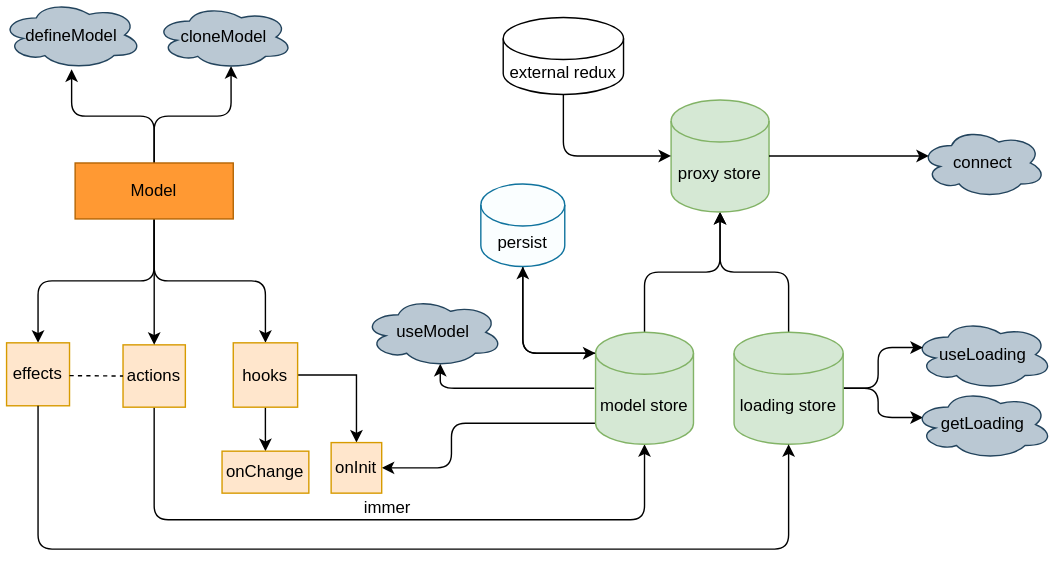
Earlier version of the draw.io export docs/mindMap.svg (foca-js/foca). Source tidied: cells renumbered, new cells last; positions are measured from the earlier drawing's top-left corner, leaving out a move shared by most shapes.
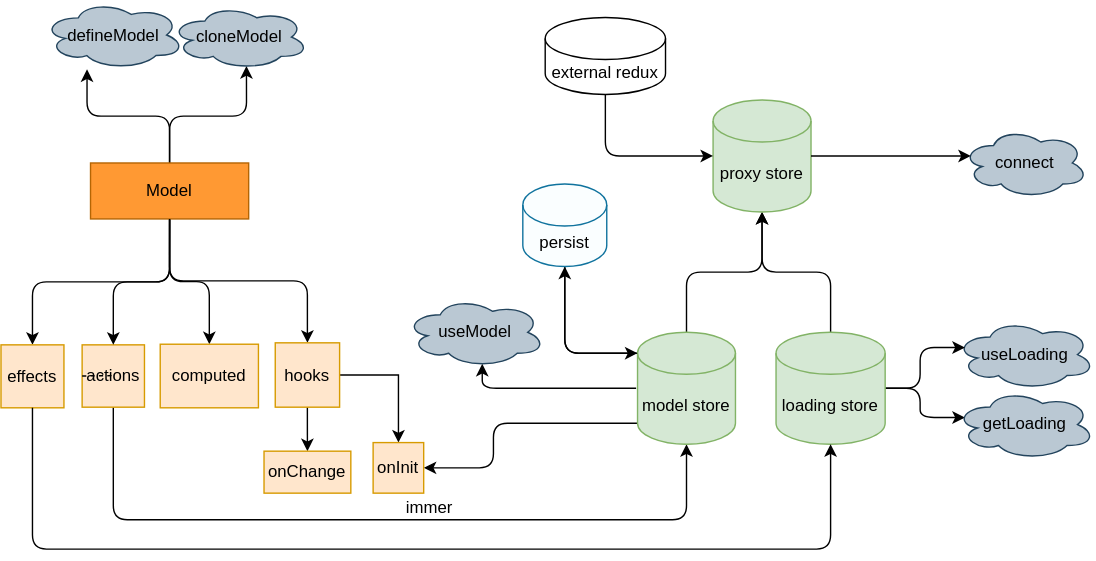
The same file after the commit.

What changed in the source:
```diff
@@ -2,19 +2,21 @@
   <root>
     <mxCell id="0" />
     <mxCell id="1" parent="0" />
-    <mxCell id="2" style="edgeStyle=orthogonalEdgeStyle;rounded=1;jettySize=auto;html=1;entryX=0.5;entryY=1;entryDx=0;entryDy=0;entryPerimeter=0;" parent="1" edge="1" source="3" target="24">
+    <mxCell id="2" style="edgeStyle=orthogonalEdgeStyle;rounded=1;jettySize=auto;html=1;entryX=0.5;entryY=1;entryDx=0;entryDy=0;entryPerimeter=0;exitX=0.5;exitY=1;exitDx=0;exitDy=0;" parent="1" edge="1" source="3" target="24">
       <mxGeometry relative="1" as="geometry">
         <Array as="points">
-          <mxPoint x="110" y="371" />
+          <mxPoint x="50" y="371" />
           <mxPoint x="460" y="371" />
         </Array>
       </mxGeometry>
     </mxCell>
     <mxCell id="3" value="actions" style="whiteSpace=wrap;html=1;fillColor=#ffe6cc;strokeColor=#d79b00;" parent="1" vertex="1">
-      <mxGeometry x="87.2" y="246" width="44.5" height="44.5" as="geometry" />
+      <mxGeometry x="28" y="246" width="44.5" height="44.5" as="geometry" />
     </mxCell>
-    <mxCell id="4" style="edgeStyle=orthogonalEdgeStyle;rounded=1;jettySize=auto;html=1;" parent="1" edge="1" source="9" target="32">
-      <mxGeometry relative="1" as="geometry" />
+    <mxCell id="4" style="edgeStyle=orthogonalEdgeStyle;rounded=1;jettySize=auto;html=1;exitX=0.5;exitY=0;exitDx=0;exitDy=0;" parent="1" edge="1" source="9">
+      <mxGeometry relative="1" as="geometry">
+        <mxPoint x="31.5" y="49" as="targetPoint" />
+      </mxGeometry>
     </mxCell>
     <mxCell id="5" style="edgeStyle=orthogonalEdgeStyle;rounded=1;jettySize=auto;html=1;entryX=0.55;entryY=0.95;entryDx=0;entryDy=0;entryPerimeter=0;" parent="1" edge="1" source="9" target="33">
       <mxGeometry relative="1" as="geometry" />
@@ -29,10 +31,10 @@
       <mxGeometry relative="1" as="geometry" />
     </mxCell>
     <mxCell id="9" value="Model" style="rounded=0;whiteSpace=wrap;html=1;fillColor=#FF9933;strokeColor=#b46504;shadow=0;" parent="1" vertex="1">
-      <mxGeometry x="53" y="116" width="113" height="40" as="geometry" />
+      <mxGeometry x="34" y="116" width="113" height="40" as="geometry" />
     </mxCell>
     <mxCell id="10" value="effects" style="whiteSpace=wrap;html=1;fillColor=#ffe6cc;strokeColor=#d79b00;" parent="1" vertex="1">
-      <mxGeometry x="4" y="244.5" width="45" height="45" as="geometry" />
+      <mxGeometry x="-30" y="246" width="45" height="45" as="geometry" />
     </mxCell>
     <mxCell id="11" style="edgeStyle=orthogonalEdgeStyle;rounded=0;jettySize=auto;html=1;fontSize=16;" parent="1" edge="1" source="13" target="30">
       <mxGeometry relative="1" as="geometry" />
@@ -117,7 +119,7 @@
       <mxGeometry width="101" height="49" as="geometry" />
     </mxCell>
     <mxCell id="33" value="cloneModel" style="ellipse;shape=cloud;whiteSpace=wrap;html=1;fillColor=#bac8d3;strokeColor=#23445d;" parent="1" vertex="1">
-      <mxGeometry x="110" y="3" width="99" height="46" as="geometry" />
+      <mxGeometry x="91" y="3" width="99" height="46" as="geometry" />
     </mxCell>
     <mxCell id="34" style="edgeStyle=orthogonalEdgeStyle;rounded=1;jettySize=auto;html=1;exitX=0.5;exitY=1;exitDx=0;exitDy=0;exitPerimeter=0;entryX=0;entryY=0;entryDx=0;entryDy=15;entryPerimeter=0;" parent="1" edge="1" source="35" target="24">
       <mxGeometry relative="1" as="geometry" />
@@ -137,5 +139,11 @@
     <mxCell id="39" value="&lt;span&gt;onChange&lt;/span&gt;" style="whiteSpace=wrap;html=1;fillColor=#ffe6cc;strokeColor=#d79b00;" parent="1" vertex="1">
       <mxGeometry x="158" y="322" width="62" height="30" as="geometry" />
     </mxCell>
+    <mxCell id="40" style="edgeStyle=orthogonalEdgeStyle;rounded=1;jettySize=auto;html=1;exitX=0.5;exitY=1;exitDx=0;exitDy=0;entryX=0.5;entryY=0;entryDx=0;entryDy=0;" parent="1" edge="1" source="9" target="41">
+      <mxGeometry relative="1" as="geometry" />
+    </mxCell>
+    <mxCell id="41" value="computed&lt;br&gt;" style="whiteSpace=wrap;html=1;fillColor=#ffe6cc;strokeColor=#d79b00;" parent="1" vertex="1">
+      <mxGeometry x="83.8" y="245.5" width="70.2" height="45.5" as="geometry" />
+    </mxCell>
   </root>
 </mxGraphModel>
```
